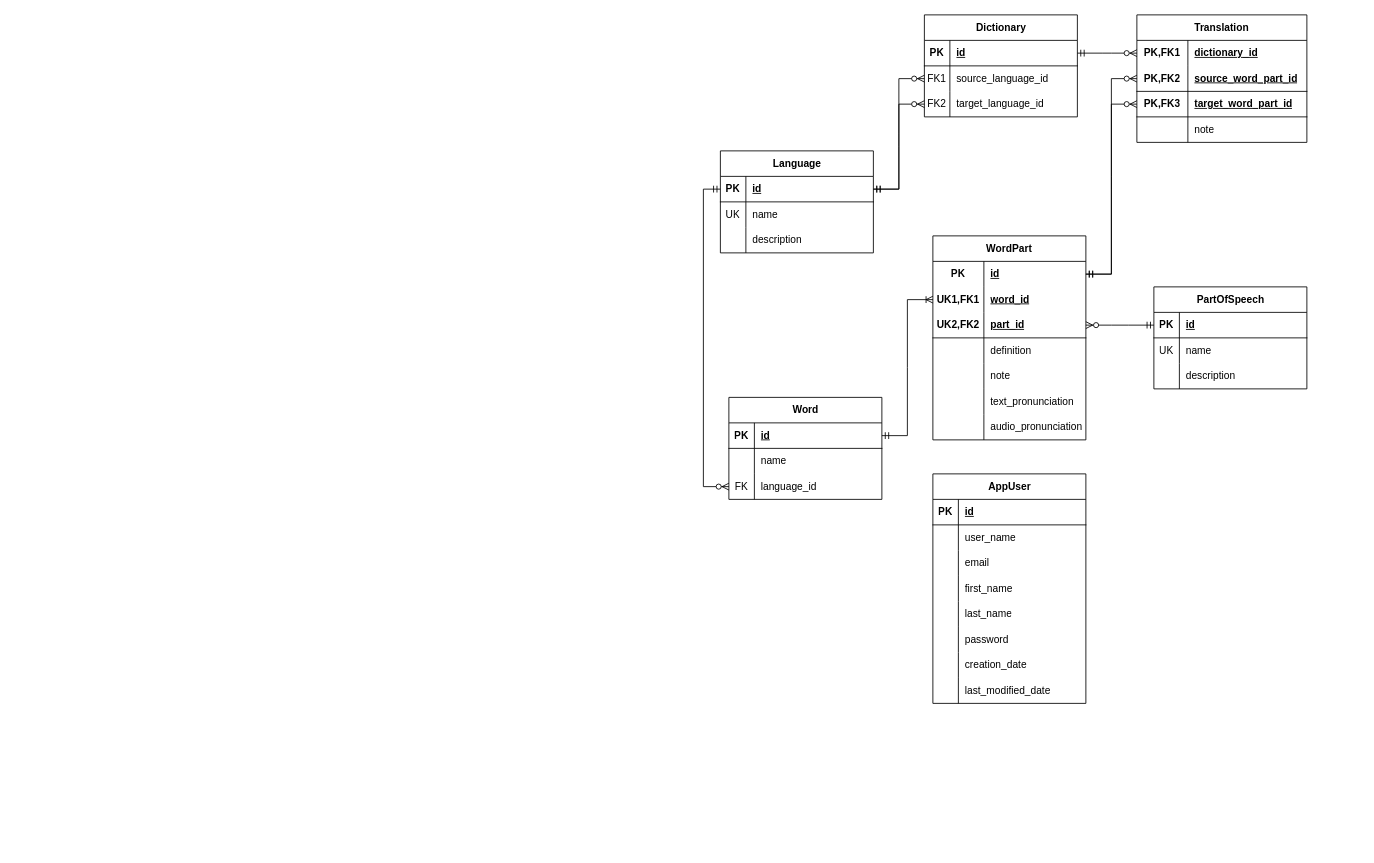
Earlier version of the draw.io diagram page "ERD" (1 of 3) of urhobo_erd.drawio (rulecoconuts/urhobo_dictionary_web_api). Source tidied: cells renumbered, new cells numbered last; positions are measured from the earlier drawing's top-left corner, leaving out a move shared by most shapes. Both pictures are drawn from the tidied source at 85%, with x=0, y=0 at pixel (703, 14).
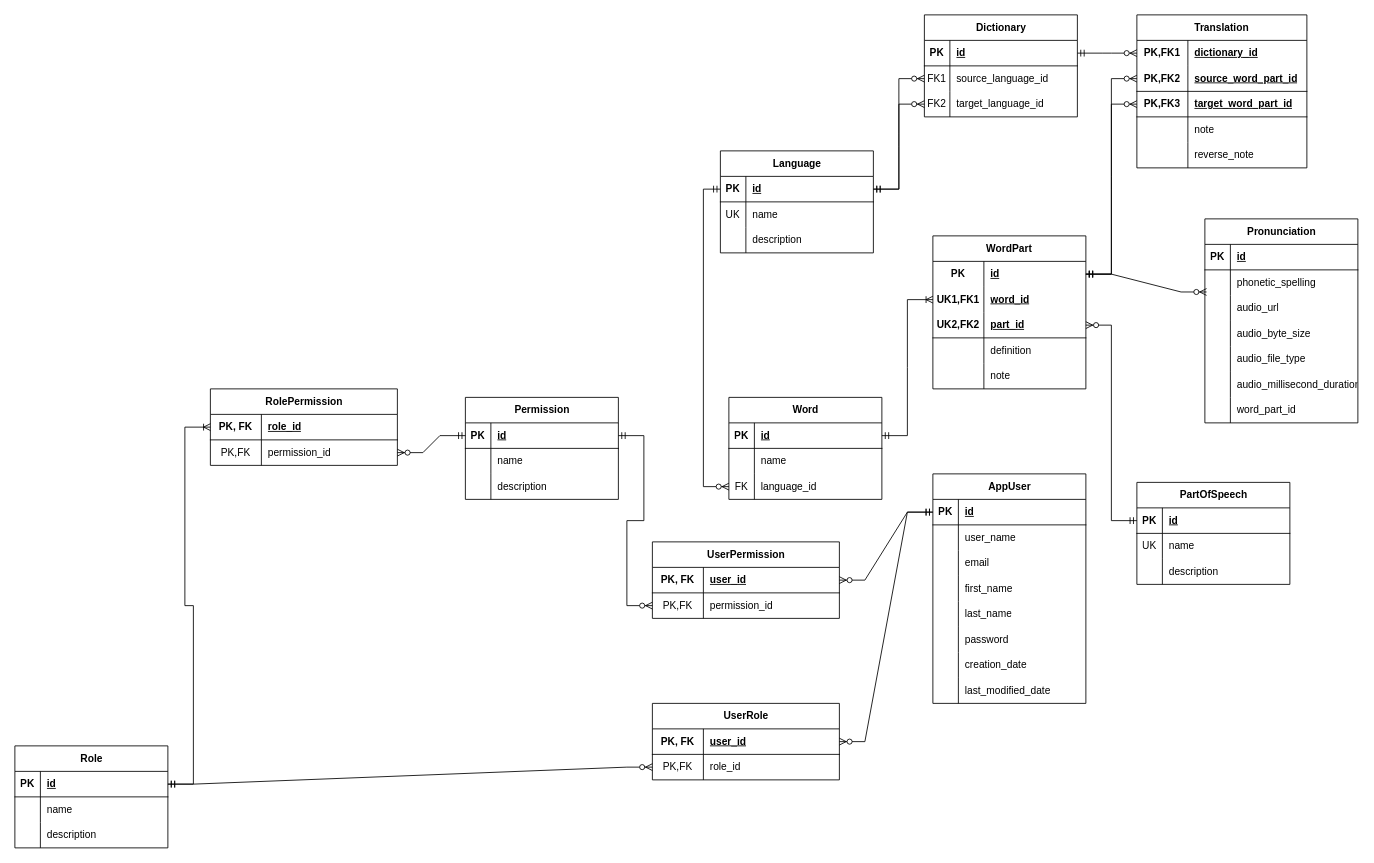
After the change.

Unchanged cells that the change refers to:
```xml
<mxCell id="46" style="shape=tableRow;horizontal=0;startSize=0;swimlaneHead=0;swimlaneBody=0;fillColor=none;points=[[0,0.5],[1,0.5]];portConstraint=eastwest;top=0;left=0;right=0;bottom=0;html=1;" parent="45" vertex="1">
  <mxGeometry y="30" width="180" height="30" as="geometry" />
</mxCell>
<mxCell id="86" style="shape=tableRow;horizontal=0;startSize=0;swimlaneHead=0;swimlaneBody=0;fillColor=none;points=[[0,0.5],[1,0.5]];portConstraint=eastwest;top=0;left=0;right=0;bottom=1;" parent="85" vertex="1">
  <mxGeometry y="30" width="180" height="30" as="geometry" />
</mxCell>
```

The edit, as a diff of the source:
```diff
@@
     <mxCell id="35" value="PartOfSpeech" style="shape=table;startSize=30;childLayout=tableLayout;rowLines=0;fontStyle=1;align=center;html=1;" parent="1" vertex="1">
-      <mxGeometry x="530" y="320" width="180" height="120" as="geometry" />
+      <mxGeometry x="510" y="550" width="180" height="120" as="geometry" />
     </mxCell>
@@
     <mxCell id="45" value="WordPart" style="shape=table;startSize=30;childLayout=tableLayout;rowLines=0;fontStyle=1;align=center;html=1;whiteSpace=wrap;" parent="1" vertex="1">
-      <mxGeometry x="270" y="260" width="180" height="240" as="geometry" />
+      <mxGeometry x="270" y="260" width="180" height="180" as="geometry" />
     </mxCell>
@@
-    <mxCell id="61" style="shape=tableRow;horizontal=0;startSize=0;swimlaneHead=0;swimlaneBody=0;fillColor=none;top=0;left=0;right=0;bottom=0;html=1;" parent="45" vertex="1">
-      <mxGeometry y="180" width="180" height="30" as="geometry" />
-    </mxCell>
-    <mxCell id="62" style="shape=partialRectangle;fillColor=none;top=0;left=0;bottom=0;right=0;overflow=hidden;html=1;whiteSpace=wrap;" parent="61" vertex="1">
-      <mxGeometry width="60" height="30" as="geometry" />
-    </mxCell>
-    <mxCell id="63" value="text_pronunciation" style="shape=partialRectangle;fillColor=none;top=0;left=0;bottom=0;right=0;align=left;spacingLeft=6;overflow=hidden;html=1;whiteSpace=wrap;" parent="61" vertex="1">
-      <mxGeometry x="60" width="120" height="30" as="geometry" />
-    </mxCell>
-    <mxCell id="64" style="shape=tableRow;horizontal=0;startSize=0;swimlaneHead=0;swimlaneBody=0;fillColor=none;top=0;left=0;right=0;bottom=0;html=1;" parent="45" vertex="1">
-      <mxGeometry y="210" width="180" height="30" as="geometry" />
-    </mxCell>
-    <mxCell id="65" style="shape=partialRectangle;fillColor=none;top=0;left=0;bottom=0;right=0;overflow=hidden;html=1;whiteSpace=wrap;" parent="64" vertex="1">
-      <mxGeometry width="60" height="30" as="geometry" />
-    </mxCell>
-    <mxCell id="66" value="audio_pronunciation" style="shape=partialRectangle;fillColor=none;top=0;left=0;bottom=0;right=0;align=left;spacingLeft=6;overflow=hidden;html=1;whiteSpace=wrap;" parent="64" vertex="1">
-      <mxGeometry x="60" width="120" height="30" as="geometry" />
-    </mxCell>
@@
     <mxCell id="69" value="Translation" style="shape=table;startSize=30;childLayout=tableLayout;rowLines=0;fontStyle=1;align=center;html=1;whiteSpace=wrap;" parent="1" vertex="1">
-      <mxGeometry x="510" width="200" height="150" as="geometry" />
+      <mxGeometry x="510" width="200" height="180" as="geometry" />
     </mxCell>
@@
+    <mxCell id="110" style="shape=tableRow;horizontal=0;startSize=0;swimlaneHead=0;swimlaneBody=0;fillColor=none;top=0;left=0;right=0;bottom=0;html=1;" parent="69" vertex="1">
+      <mxGeometry y="150" width="200" height="30" as="geometry" />
+    </mxCell>
+    <mxCell id="111" style="shape=partialRectangle;fillColor=none;top=0;left=0;bottom=0;right=0;overflow=hidden;html=1;whiteSpace=wrap;" parent="110" vertex="1">
+      <mxGeometry width="60" height="30" as="geometry" />
+    </mxCell>
+    <mxCell id="112" value="reverse_note" style="shape=partialRectangle;fillColor=none;top=0;left=0;bottom=0;right=0;align=left;spacingLeft=6;overflow=hidden;html=1;whiteSpace=wrap;" parent="110" vertex="1">
+      <mxGeometry x="60" width="140" height="30" as="geometry" />
+    </mxCell>
@@
+    <mxCell id="113" value="Pronunciation" style="shape=table;startSize=30;childLayout=tableLayout;rowLines=0;fontStyle=1;align=center;html=1;" parent="1" vertex="1">
+      <mxGeometry x="590" y="240" width="180" height="240" as="geometry" />
+    </mxCell>
+    <mxCell id="114" style="shape=tableRow;horizontal=0;startSize=0;swimlaneHead=0;swimlaneBody=0;fillColor=none;top=0;left=0;right=0;bottom=1;" parent="113" vertex="1">
+      <mxGeometry y="30" width="180" height="30" as="geometry" />
+    </mxCell>
+    <mxCell id="115" value="PK" style="shape=partialRectangle;fillColor=none;top=0;left=0;bottom=0;right=0;fontStyle=1;overflow=hidden;whiteSpace=wrap;html=1;" parent="114" vertex="1">
+      <mxGeometry width="30" height="30" as="geometry" />
+    </mxCell>
+    <mxCell id="116" value="id" style="shape=partialRectangle;fillColor=none;top=0;left=0;bottom=0;right=0;align=left;spacingLeft=6;fontStyle=5;overflow=hidden;whiteSpace=wrap;html=1;" parent="114" vertex="1">
+      <mxGeometry x="30" width="150" height="30" as="geometry" />
+    </mxCell>
+    <mxCell id="117" style="shape=tableRow;horizontal=0;startSize=0;swimlaneHead=0;swimlaneBody=0;fillColor=none;points=[[0,0.5],[1,0.5]];portConstraint=eastwest;top=0;left=0;right=0;bottom=0;" parent="113" vertex="1">
+      <mxGeometry y="60" width="180" height="30" as="geometry" />
+    </mxCell>
+    <mxCell id="118" style="shape=partialRectangle;fillColor=none;top=0;left=0;bottom=0;right=0;overflow=hidden;whiteSpace=wrap;html=1;" parent="117" vertex="1">
+      <mxGeometry width="30" height="30" as="geometry" />
+    </mxCell>
+    <mxCell id="119" value="phonetic_spelling" style="shape=partialRectangle;fillColor=none;top=0;left=0;bottom=0;right=0;align=left;spacingLeft=6;overflow=hidden;whiteSpace=wrap;html=1;" parent="117" vertex="1">
+      <mxGeometry x="30" width="150" height="30" as="geometry" />
+    </mxCell>
+    <mxCell id="120" style="shape=tableRow;horizontal=0;startSize=0;swimlaneHead=0;swimlaneBody=0;fillColor=none;top=0;left=0;right=0;bottom=0;" parent="113" vertex="1">
+      <mxGeometry y="90" width="180" height="30" as="geometry" />
+    </mxCell>
+    <mxCell id="121" style="shape=partialRectangle;fillColor=none;top=0;left=0;bottom=0;right=0;overflow=hidden;whiteSpace=wrap;html=1;" parent="120" vertex="1">
+      <mxGeometry width="30" height="30" as="geometry" />
+    </mxCell>
+    <mxCell id="122" value="audio_url" style="shape=partialRectangle;fillColor=none;top=0;left=0;bottom=0;right=0;align=left;spacingLeft=6;overflow=hidden;whiteSpace=wrap;html=1;" parent="120" vertex="1">
+      <mxGeometry x="30" width="150" height="30" as="geometry" />
+    </mxCell>
+    <mxCell id="123" style="shape=tableRow;horizontal=0;startSize=0;swimlaneHead=0;swimlaneBody=0;fillColor=none;top=0;left=0;right=0;bottom=0;" parent="113" vertex="1">
+      <mxGeometry y="120" width="180" height="30" as="geometry" />
+    </mxCell>
+    <mxCell id="124" style="shape=partialRectangle;fillColor=none;top=0;left=0;bottom=0;right=0;overflow=hidden;whiteSpace=wrap;html=1;" parent="123" vertex="1">
+      <mxGeometry width="30" height="30" as="geometry" />
+    </mxCell>
+    <mxCell id="125" value="audio_byte_size" style="shape=partialRectangle;fillColor=none;top=0;left=0;bottom=0;right=0;align=left;spacingLeft=6;overflow=hidden;whiteSpace=wrap;html=1;" parent="123" vertex="1">
+      <mxGeometry x="30" width="150" height="30" as="geometry" />
+    </mxCell>
+    <mxCell id="126" style="shape=tableRow;horizontal=0;startSize=0;swimlaneHead=0;swimlaneBody=0;fillColor=none;top=0;left=0;right=0;bottom=0;" parent="113" vertex="1">
+      <mxGeometry y="150" width="180" height="30" as="geometry" />
+    </mxCell>
+    <mxCell id="127" style="shape=partialRectangle;fillColor=none;top=0;left=0;bottom=0;right=0;overflow=hidden;whiteSpace=wrap;html=1;" parent="126" vertex="1">
+      <mxGeometry width="30" height="30" as="geometry" />
+    </mxCell>
+    <mxCell id="128" value="audio_file_type" style="shape=partialRectangle;fillColor=none;top=0;left=0;bottom=0;right=0;align=left;spacingLeft=6;overflow=hidden;whiteSpace=wrap;html=1;" parent="126" vertex="1">
+      <mxGeometry x="30" width="150" height="30" as="geometry" />
+    </mxCell>
+    <mxCell id="129" style="shape=tableRow;horizontal=0;startSize=0;swimlaneHead=0;swimlaneBody=0;fillColor=none;top=0;left=0;right=0;bottom=0;" parent="113" vertex="1">
+      <mxGeometry y="180" width="180" height="30" as="geometry" />
+    </mxCell>
+    <mxCell id="130" style="shape=partialRectangle;fillColor=none;top=0;left=0;bottom=0;right=0;overflow=hidden;whiteSpace=wrap;html=1;" parent="129" vertex="1">
+      <mxGeometry width="30" height="30" as="geometry" />
+    </mxCell>
+    <mxCell id="131" value="audio_millisecond_duration" style="shape=partialRectangle;fillColor=none;top=0;left=0;bottom=0;right=0;align=left;spacingLeft=6;overflow=hidden;whiteSpace=wrap;html=1;" parent="129" vertex="1">
+      <mxGeometry x="30" width="150" height="30" as="geometry" />
+    </mxCell>
+    <mxCell id="132" style="shape=tableRow;horizontal=0;startSize=0;swimlaneHead=0;swimlaneBody=0;fillColor=none;top=0;left=0;right=0;bottom=0;" parent="113" vertex="1">
+      <mxGeometry y="210" width="180" height="30" as="geometry" />
+    </mxCell>
+    <mxCell id="133" style="shape=partialRectangle;fillColor=none;top=0;left=0;bottom=0;right=0;overflow=hidden;whiteSpace=wrap;html=1;" parent="132" vertex="1">
+      <mxGeometry width="30" height="30" as="geometry" />
+    </mxCell>
+    <mxCell id="134" value="word_part_id" style="shape=partialRectangle;fillColor=none;top=0;left=0;bottom=0;right=0;align=left;spacingLeft=6;overflow=hidden;whiteSpace=wrap;html=1;" parent="132" vertex="1">
+      <mxGeometry x="30" width="150" height="30" as="geometry" />
+    </mxCell>
+    <mxCell id="135" style="edgeStyle=entityRelationEdgeStyle;fontSize=12;html=1;endArrow=ERzeroToMany;startArrow=ERmandOne;rounded=0;entryX=0.011;entryY=0.867;entryDx=0;entryDy=0;entryPerimeter=0;" parent="1" edge="1" source="46" target="117">
+      <mxGeometry relative="1" as="geometry">
+        <Array as="points">
+          <mxPoint x="610" y="355" />
+        </Array>
+      </mxGeometry>
+    </mxCell>
+    <mxCell id="136" value="Permission" style="shape=table;startSize=30;childLayout=tableLayout;rowLines=0;fontStyle=1;align=center;html=1;" parent="1" vertex="1">
+      <mxGeometry x="-280" y="450" width="180" height="120" as="geometry" />
+    </mxCell>
+    <mxCell id="137" style="shape=tableRow;horizontal=0;startSize=0;swimlaneHead=0;swimlaneBody=0;fillColor=none;points=[[0,0.5],[1,0.5]];portConstraint=eastwest;top=0;left=0;right=0;bottom=1;" parent="136" vertex="1">
+      <mxGeometry y="30" width="180" height="30" as="geometry" />
+    </mxCell>
+    <mxCell id="138" value="PK" style="shape=partialRectangle;fillColor=none;top=0;left=0;bottom=0;right=0;fontStyle=1;overflow=hidden;whiteSpace=wrap;html=1;" parent="137" vertex="1">
+      <mxGeometry width="30" height="30" as="geometry" />
+    </mxCell>
+    <mxCell id="139" value="id" style="shape=partialRectangle;fillColor=none;top=0;left=0;bottom=0;right=0;align=left;spacingLeft=6;fontStyle=5;overflow=hidden;whiteSpace=wrap;html=1;" parent="137" vertex="1">
+      <mxGeometry x="30" width="150" height="30" as="geometry" />
+    </mxCell>
+    <mxCell id="140" style="shape=tableRow;horizontal=0;startSize=0;swimlaneHead=0;swimlaneBody=0;fillColor=none;top=0;left=0;right=0;bottom=0;" parent="136" vertex="1">
+      <mxGeometry y="60" width="180" height="30" as="geometry" />
+    </mxCell>
+    <mxCell id="141" style="shape=partialRectangle;fillColor=none;top=0;left=0;bottom=0;right=0;overflow=hidden;whiteSpace=wrap;html=1;" parent="140" vertex="1">
+      <mxGeometry width="30" height="30" as="geometry" />
+    </mxCell>
+    <mxCell id="142" value="name" style="shape=partialRectangle;fillColor=none;top=0;left=0;bottom=0;right=0;align=left;spacingLeft=6;overflow=hidden;whiteSpace=wrap;html=1;" parent="140" vertex="1">
+      <mxGeometry x="30" width="150" height="30" as="geometry" />
+    </mxCell>
+    <mxCell id="143" style="shape=tableRow;horizontal=0;startSize=0;swimlaneHead=0;swimlaneBody=0;fillColor=none;top=0;left=0;right=0;bottom=0;" parent="136" vertex="1">
+      <mxGeometry y="90" width="180" height="30" as="geometry" />
+    </mxCell>
+    <mxCell id="144" style="shape=partialRectangle;fillColor=none;top=0;left=0;bottom=0;right=0;overflow=hidden;whiteSpace=wrap;html=1;" parent="143" vertex="1">
+      <mxGeometry width="30" height="30" as="geometry" />
+    </mxCell>
+    <mxCell id="145" value="description" style="shape=partialRectangle;fillColor=none;top=0;left=0;bottom=0;right=0;align=left;spacingLeft=6;overflow=hidden;whiteSpace=wrap;html=1;" parent="143" vertex="1">
+      <mxGeometry x="30" width="150" height="30" as="geometry" />
+    </mxCell>
+    <mxCell id="146" value="Role" style="shape=table;startSize=30;childLayout=tableLayout;rowLines=0;fontStyle=1;align=center;html=1;" parent="1" vertex="1">
+      <mxGeometry x="-810" y="860" width="180" height="120" as="geometry" />
+    </mxCell>
+    <mxCell id="147" style="shape=tableRow;horizontal=0;startSize=0;swimlaneHead=0;swimlaneBody=0;fillColor=none;points=[[0,0.5],[1,0.5]];portConstraint=eastwest;top=0;left=0;right=0;bottom=1;" parent="146" vertex="1">
+      <mxGeometry y="30" width="180" height="30" as="geometry" />
+    </mxCell>
+    <mxCell id="148" value="PK" style="shape=partialRectangle;fillColor=none;top=0;left=0;bottom=0;right=0;fontStyle=1;overflow=hidden;whiteSpace=wrap;html=1;" parent="147" vertex="1">
+      <mxGeometry width="30" height="30" as="geometry" />
+    </mxCell>
+    <mxCell id="149" value="id" style="shape=partialRectangle;fillColor=none;top=0;left=0;bottom=0;right=0;align=left;spacingLeft=6;fontStyle=5;overflow=hidden;whiteSpace=wrap;html=1;" parent="147" vertex="1">
+      <mxGeometry x="30" width="150" height="30" as="geometry" />
+    </mxCell>
+    <mxCell id="150" style="shape=tableRow;horizontal=0;startSize=0;swimlaneHead=0;swimlaneBody=0;fillColor=none;top=0;left=0;right=0;bottom=0;" parent="146" vertex="1">
+      <mxGeometry y="60" width="180" height="30" as="geometry" />
+    </mxCell>
+    <mxCell id="151" style="shape=partialRectangle;fillColor=none;top=0;left=0;bottom=0;right=0;overflow=hidden;whiteSpace=wrap;html=1;" parent="150" vertex="1">
+      <mxGeometry width="30" height="30" as="geometry" />
+    </mxCell>
+    <mxCell id="152" value="name" style="shape=partialRectangle;fillColor=none;top=0;left=0;bottom=0;right=0;align=left;spacingLeft=6;overflow=hidden;whiteSpace=wrap;html=1;" parent="150" vertex="1">
+      <mxGeometry x="30" width="150" height="30" as="geometry" />
+    </mxCell>
+    <mxCell id="153" style="shape=tableRow;horizontal=0;startSize=0;swimlaneHead=0;swimlaneBody=0;fillColor=none;top=0;left=0;right=0;bottom=0;" parent="146" vertex="1">
+      <mxGeometry y="90" width="180" height="30" as="geometry" />
+    </mxCell>
+    <mxCell id="154" style="shape=partialRectangle;fillColor=none;top=0;left=0;bottom=0;right=0;overflow=hidden;whiteSpace=wrap;html=1;" parent="153" vertex="1">
+      <mxGeometry width="30" height="30" as="geometry" />
+    </mxCell>
+    <mxCell id="155" value="description" style="shape=partialRectangle;fillColor=none;top=0;left=0;bottom=0;right=0;align=left;spacingLeft=6;overflow=hidden;whiteSpace=wrap;html=1;" parent="153" vertex="1">
+      <mxGeometry x="30" width="150" height="30" as="geometry" />
+    </mxCell>
+    <mxCell id="156" value="UserPermission" style="shape=table;startSize=30;childLayout=tableLayout;rowLines=0;fontStyle=1;align=center;html=1;" parent="1" vertex="1">
+      <mxGeometry x="-60" y="620" width="220" height="90" as="geometry" />
+    </mxCell>
+    <mxCell id="157" style="shape=tableRow;horizontal=0;startSize=0;swimlaneHead=0;swimlaneBody=0;fillColor=none;points=[[0,0.5],[1,0.5]];portConstraint=eastwest;top=0;left=0;right=0;bottom=1;" parent="156" vertex="1">
+      <mxGeometry y="30" width="220" height="30" as="geometry" />
+    </mxCell>
+    <mxCell id="158" value="PK, FK" style="shape=partialRectangle;fillColor=none;top=0;left=0;bottom=0;right=0;fontStyle=1;overflow=hidden;whiteSpace=wrap;html=1;" parent="157" vertex="1">
+      <mxGeometry width="60" height="30" as="geometry" />
+    </mxCell>
+    <mxCell id="159" value="user_id" style="shape=partialRectangle;fillColor=none;top=0;left=0;bottom=0;right=0;align=left;spacingLeft=6;fontStyle=5;overflow=hidden;whiteSpace=wrap;html=1;" parent="157" vertex="1">
+      <mxGeometry x="60" width="160" height="30" as="geometry" />
+    </mxCell>
+    <mxCell id="160" style="shape=tableRow;horizontal=0;startSize=0;swimlaneHead=0;swimlaneBody=0;fillColor=none;points=[[0,0.5],[1,0.5]];portConstraint=eastwest;top=0;left=0;right=0;bottom=0;" parent="156" vertex="1">
+      <mxGeometry y="60" width="220" height="30" as="geometry" />
+    </mxCell>
+    <mxCell id="161" value="PK,FK" style="shape=partialRectangle;fillColor=none;top=0;left=0;bottom=0;right=0;overflow=hidden;whiteSpace=wrap;html=1;" parent="160" vertex="1">
+      <mxGeometry width="60" height="30" as="geometry" />
+    </mxCell>
+    <mxCell id="162" value="permission_id" style="shape=partialRectangle;fillColor=none;top=0;left=0;bottom=0;right=0;align=left;spacingLeft=6;overflow=hidden;whiteSpace=wrap;html=1;" parent="160" vertex="1">
+      <mxGeometry x="60" width="160" height="30" as="geometry" />
+    </mxCell>
+    <mxCell id="163" value="RolePermission" style="shape=table;startSize=30;childLayout=tableLayout;rowLines=0;fontStyle=1;align=center;html=1;" parent="1" vertex="1">
+      <mxGeometry x="-580" y="440" width="220" height="90" as="geometry" />
+    </mxCell>
+    <mxCell id="164" style="shape=tableRow;horizontal=0;startSize=0;swimlaneHead=0;swimlaneBody=0;fillColor=none;points=[[0,0.5],[1,0.5]];portConstraint=eastwest;top=0;left=0;right=0;bottom=1;" parent="163" vertex="1">
+      <mxGeometry y="30" width="220" height="30" as="geometry" />
+    </mxCell>
+    <mxCell id="165" value="PK, FK" style="shape=partialRectangle;fillColor=none;top=0;left=0;bottom=0;right=0;fontStyle=1;overflow=hidden;whiteSpace=wrap;html=1;" parent="164" vertex="1">
+      <mxGeometry width="60" height="30" as="geometry" />
+    </mxCell>
+    <mxCell id="166" value="role_id" style="shape=partialRectangle;fillColor=none;top=0;left=0;bottom=0;right=0;align=left;spacingLeft=6;fontStyle=5;overflow=hidden;whiteSpace=wrap;html=1;" parent="164" vertex="1">
+      <mxGeometry x="60" width="160" height="30" as="geometry" />
+    </mxCell>
+    <mxCell id="167" style="shape=tableRow;horizontal=0;startSize=0;swimlaneHead=0;swimlaneBody=0;fillColor=none;points=[[0,0.5],[1,0.5]];portConstraint=eastwest;top=0;left=0;right=0;bottom=0;" parent="163" vertex="1">
+      <mxGeometry y="60" width="220" height="30" as="geometry" />
+    </mxCell>
+    <mxCell id="168" value="PK,FK" style="shape=partialRectangle;fillColor=none;top=0;left=0;bottom=0;right=0;overflow=hidden;whiteSpace=wrap;html=1;" parent="167" vertex="1">
+      <mxGeometry width="60" height="30" as="geometry" />
+    </mxCell>
+    <mxCell id="169" value="permission_id" style="shape=partialRectangle;fillColor=none;top=0;left=0;bottom=0;right=0;align=left;spacingLeft=6;overflow=hidden;whiteSpace=wrap;html=1;" parent="167" vertex="1">
+      <mxGeometry x="60" width="160" height="30" as="geometry" />
+    </mxCell>
+    <mxCell id="170" value="UserRole" style="shape=table;startSize=30;childLayout=tableLayout;rowLines=0;fontStyle=1;align=center;html=1;" parent="1" vertex="1">
+      <mxGeometry x="-60" y="810" width="220" height="90" as="geometry" />
+    </mxCell>
+    <mxCell id="171" style="shape=tableRow;horizontal=0;startSize=0;swimlaneHead=0;swimlaneBody=0;fillColor=none;points=[[0,0.5],[1,0.5]];portConstraint=eastwest;top=0;left=0;right=0;bottom=1;" parent="170" vertex="1">
+      <mxGeometry y="30" width="220" height="30" as="geometry" />
+    </mxCell>
+    <mxCell id="172" value="PK, FK" style="shape=partialRectangle;fillColor=none;top=0;left=0;bottom=0;right=0;fontStyle=1;overflow=hidden;whiteSpace=wrap;html=1;" parent="171" vertex="1">
+      <mxGeometry width="60" height="30" as="geometry" />
+    </mxCell>
+    <mxCell id="173" value="user_id" style="shape=partialRectangle;fillColor=none;top=0;left=0;bottom=0;right=0;align=left;spacingLeft=6;fontStyle=5;overflow=hidden;whiteSpace=wrap;html=1;" parent="171" vertex="1">
+      <mxGeometry x="60" width="160" height="30" as="geometry" />
+    </mxCell>
+    <mxCell id="174" style="shape=tableRow;horizontal=0;startSize=0;swimlaneHead=0;swimlaneBody=0;fillColor=none;points=[[0,0.5],[1,0.5]];portConstraint=eastwest;top=0;left=0;right=0;bottom=0;" parent="170" vertex="1">
+      <mxGeometry y="60" width="220" height="30" as="geometry" />
+    </mxCell>
+    <mxCell id="175" value="PK,FK" style="shape=partialRectangle;fillColor=none;top=0;left=0;bottom=0;right=0;overflow=hidden;whiteSpace=wrap;html=1;" parent="174" vertex="1">
+      <mxGeometry width="60" height="30" as="geometry" />
+    </mxCell>
+    <mxCell id="176" value="role_id" style="shape=partialRectangle;fillColor=none;top=0;left=0;bottom=0;right=0;align=left;spacingLeft=6;overflow=hidden;whiteSpace=wrap;html=1;" parent="174" vertex="1">
+      <mxGeometry x="60" width="160" height="30" as="geometry" />
+    </mxCell>
+    <mxCell id="177" style="edgeStyle=entityRelationEdgeStyle;fontSize=12;html=1;endArrow=ERzeroToMany;startArrow=ERmandOne;rounded=0;entryX=1;entryY=0.5;entryDx=0;entryDy=0;" parent="1" edge="1" source="86" target="157">
+      <mxGeometry relative="1" as="geometry" />
+    </mxCell>
+    <mxCell id="178" style="edgeStyle=entityRelationEdgeStyle;fontSize=12;html=1;endArrow=ERzeroToMany;startArrow=ERmandOne;rounded=0;exitX=1;exitY=0.5;exitDx=0;exitDy=0;" parent="1" edge="1" source="137" target="160">
+      <mxGeometry relative="1" as="geometry">
+        <Array as="points">
+          <mxPoint x="-100" y="690" />
+        </Array>
+      </mxGeometry>
+    </mxCell>
+    <mxCell id="179" style="edgeStyle=entityRelationEdgeStyle;fontSize=12;html=1;endArrow=ERzeroToMany;startArrow=ERmandOne;rounded=0;entryX=1;entryY=0.5;entryDx=0;entryDy=0;exitX=0;exitY=0.5;exitDx=0;exitDy=0;" parent="1" edge="1" source="86" target="171">
+      <mxGeometry relative="1" as="geometry" />
+    </mxCell>
+    <mxCell id="180" style="edgeStyle=entityRelationEdgeStyle;fontSize=12;html=1;endArrow=ERzeroToMany;startArrow=ERmandOne;rounded=0;" parent="1" edge="1" source="147" target="174">
+      <mxGeometry relative="1" as="geometry" />
+    </mxCell>
+    <mxCell id="181" style="edgeStyle=entityRelationEdgeStyle;fontSize=12;html=1;endArrow=ERoneToMany;startArrow=ERmandOne;rounded=0;exitX=1;exitY=0.5;exitDx=0;exitDy=0;" parent="1" edge="1" source="147" target="164">
+      <mxGeometry relative="1" as="geometry">
+        <Array as="points">
+          <mxPoint x="-630" y="810" />
+        </Array>
+      </mxGeometry>
+    </mxCell>
+    <mxCell id="182" style="edgeStyle=entityRelationEdgeStyle;fontSize=12;html=1;endArrow=ERzeroToMany;startArrow=ERmandOne;rounded=0;exitX=0;exitY=0.5;exitDx=0;exitDy=0;" parent="1" edge="1" source="137" target="167">
+      <mxGeometry relative="1" as="geometry" />
+    </mxCell>
```
